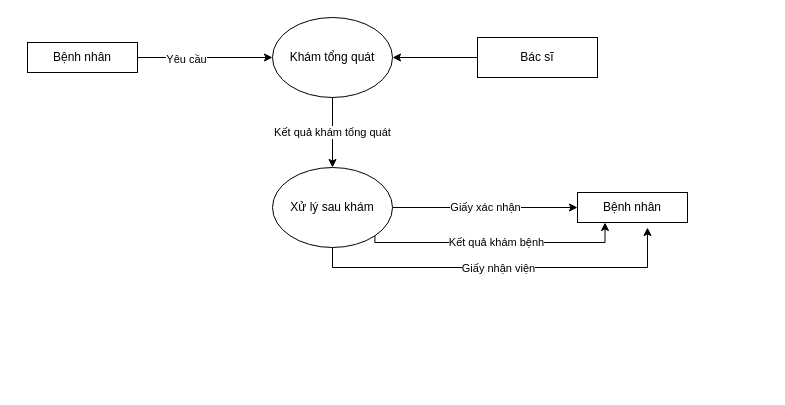
The draw.io diagram DuoiDinh_KhamBenh.drawio in Nhatran241/HTTT, before the edit. Source tidied: cells renumbered, new cells numbered last; positions are measured from the earlier drawing's top-left corner, leaving out a move shared by most shapes. Both pictures are drawn from the tidied source at 100%, with x=0, y=0 at pixel (27, 17).
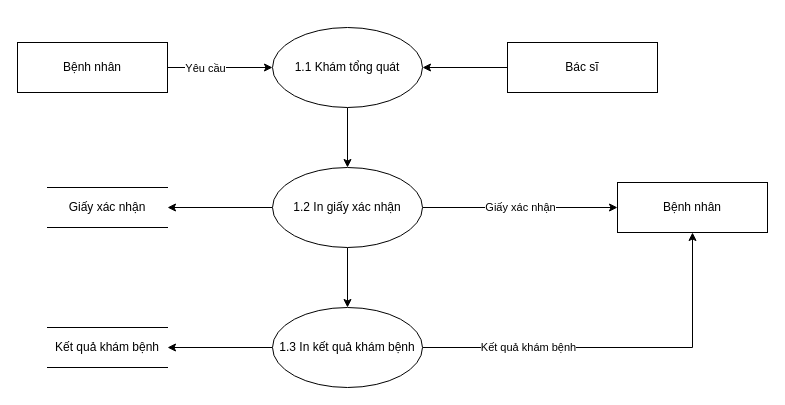
The same page after the edit.

The change refers to these unchanged cells:
```xml
<mxCell id="2" style="edgeStyle=orthogonalEdgeStyle;rounded=0;jettySize=auto;html=1;" parent="1" edge="1" source="4" target="6">
  <mxGeometry relative="1" as="geometry" />
</mxCell>
```

The edit, as a diff of the source:
```diff
@@
     <mxCell id="3" value="Yêu cầu" style="edgeLabel;html=1;align=center;verticalAlign=middle;" parent="2" vertex="1">
-      <mxGeometry x="-0.29" y="-1" relative="1" as="geometry" />
+      <mxGeometry x="-0.29" y="-1" relative="1" as="geometry">
+        <mxPoint y="-1" as="offset" />
+      </mxGeometry>
     </mxCell>
     <mxCell id="4" value="Bệnh nhân" style="rounded=0;whiteSpace=wrap;html=1;" parent="1" vertex="1">
-      <mxGeometry y="25" width="110" height="30" as="geometry" />
+      <mxGeometry x="-10" y="25" width="150" height="50" as="geometry" />
     </mxCell>
-    <mxCell id="5" value="Kết quả khám tổng quát" style="edgeStyle=orthogonalEdgeStyle;rounded=0;jettySize=auto;html=1;entryX=0.5;entryY=0;entryDx=0;entryDy=0;" parent="1" edge="1" source="6" target="12">
+    <mxCell id="5" style="edgeStyle=orthogonalEdgeStyle;rounded=0;jettySize=auto;html=1;entryX=0.5;entryY=0;entryDx=0;entryDy=0;" parent="1" edge="1" source="6" target="12">
       <mxGeometry relative="1" as="geometry" />
     </mxCell>
-    <mxCell id="6" value="Khám tổng quát" style="ellipse;whiteSpace=wrap;html=1;" parent="1" vertex="1">
-      <mxGeometry x="245" width="120" height="80" as="geometry" />
+    <mxCell id="6" value="1.1 Khám tổng quát" style="ellipse;whiteSpace=wrap;html=1;" parent="1" vertex="1">
+      <mxGeometry x="245" y="10" width="150" height="80" as="geometry" />
     </mxCell>
@@
-    <mxCell id="9" value="Kết quả khám bệnh" style="edgeStyle=orthogonalEdgeStyle;rounded=0;jettySize=auto;html=1;exitX=1;exitY=1;exitDx=0;exitDy=0;entryX=0.25;entryY=1;entryDx=0;entryDy=0;" parent="1" edge="1" source="12" target="15">
-      <mxGeometry relative="1" as="geometry">
-        <Array as="points">
-          <mxPoint x="347" y="225" />
-          <mxPoint x="578" y="225" />
-        </Array>
-      </mxGeometry>
-    </mxCell>
-    <mxCell id="10" style="edgeStyle=orthogonalEdgeStyle;rounded=0;jettySize=auto;html=1;entryX=0.636;entryY=1.167;entryDx=0;entryDy=0;entryPerimeter=0;" parent="1" edge="1" source="12" target="15">
-      <mxGeometry relative="1" as="geometry">
-        <Array as="points">
-          <mxPoint x="305" y="250" />
-          <mxPoint x="620" y="250" />
-        </Array>
-      </mxGeometry>
-    </mxCell>
-    <mxCell id="11" value="Giấy nhận viện" style="edgeLabel;html=1;align=center;verticalAlign=middle;" parent="10" vertex="1">
-      <mxGeometry x="-0.26" y="2" relative="1" as="geometry">
-        <mxPoint x="46" y="2" as="offset" />
-      </mxGeometry>
-    </mxCell>
+    <mxCell id="16" style="edgeStyle=orthogonalEdgeStyle;rounded=0;jettySize=auto;html=1;entryX=0.5;entryY=0;entryDx=0;entryDy=0;" parent="1" edge="1" source="12" target="20">
+      <mxGeometry relative="1" as="geometry" />
+    </mxCell>
+    <mxCell id="17" style="edgeStyle=orthogonalEdgeStyle;rounded=0;jettySize=auto;html=1;entryX=1;entryY=0.5;entryDx=0;entryDy=0;" parent="1" edge="1" source="12" target="22">
+      <mxGeometry relative="1" as="geometry" />
+    </mxCell>
-    <mxCell id="12" value="Xử lý sau khám" style="ellipse;whiteSpace=wrap;html=1;" parent="1" vertex="1">
-      <mxGeometry x="245" y="150" width="120" height="80" as="geometry" />
+    <mxCell id="12" value="1.2 In giấy xác nhận" style="ellipse;whiteSpace=wrap;html=1;" parent="1" vertex="1">
+      <mxGeometry x="245" y="150" width="150" height="80" as="geometry" />
     </mxCell>
@@
     <mxCell id="14" value="Bác sĩ" style="rounded=0;whiteSpace=wrap;html=1;" parent="1" vertex="1">
-      <mxGeometry x="450" y="20" width="120" height="40" as="geometry" />
+      <mxGeometry x="480" y="25" width="150" height="50" as="geometry" />
     </mxCell>
     <mxCell id="15" value="Bệnh nhân" style="rounded=0;whiteSpace=wrap;html=1;" parent="1" vertex="1">
-      <mxGeometry x="550" y="175" width="110" height="30" as="geometry" />
+      <mxGeometry x="590" y="165" width="150" height="50" as="geometry" />
     </mxCell>
+    <mxCell id="18" value="Kết quả khám bệnh" style="edgeStyle=orthogonalEdgeStyle;rounded=0;jettySize=auto;html=1;entryX=0.5;entryY=1;entryDx=0;entryDy=0;" parent="1" edge="1" source="20" target="15">
+      <mxGeometry x="-0.45" relative="1" as="geometry" />
+    </mxCell>
+    <mxCell id="19" style="edgeStyle=orthogonalEdgeStyle;rounded=0;jettySize=auto;html=1;entryX=1;entryY=0.5;entryDx=0;entryDy=0;" parent="1" edge="1" source="20" target="21">
+      <mxGeometry relative="1" as="geometry" />
+    </mxCell>
+    <mxCell id="20" value="1.3 In kết quả khám bệnh" style="ellipse;whiteSpace=wrap;html=1;" parent="1" vertex="1">
+      <mxGeometry x="245" y="290" width="150" height="80" as="geometry" />
+    </mxCell>
+    <mxCell id="21" value="Kết quả khám bệnh" style="shape=partialRectangle;whiteSpace=wrap;html=1;left=0;right=0;fillColor=none;" parent="1" vertex="1">
+      <mxGeometry x="20" y="310" width="120" height="40" as="geometry" />
+    </mxCell>
+    <mxCell id="22" value="Giấy xác nhận" style="shape=partialRectangle;whiteSpace=wrap;html=1;left=0;right=0;fillColor=none;" parent="1" vertex="1">
+      <mxGeometry x="20" y="170" width="120" height="40" as="geometry" />
+    </mxCell>
```
